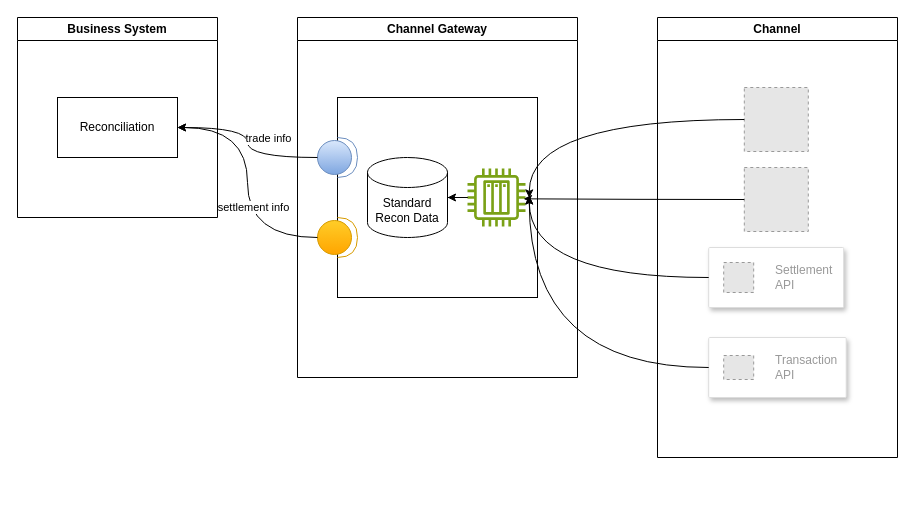
This is Reconciliation Solution In Channel.drawio from catface996/images, a draw.io file, before an edit. Source tidied: cells renumbered, new cells numbered last; positions are measured from the earlier drawing's top-left corner, leaving out a move shared by most shapes. Both pictures are drawn from the tidied source at 100%, with x=0, y=0 at pixel (17, 17). Pictures stored in the file or linked from it are replaced by grey dashed boxes.
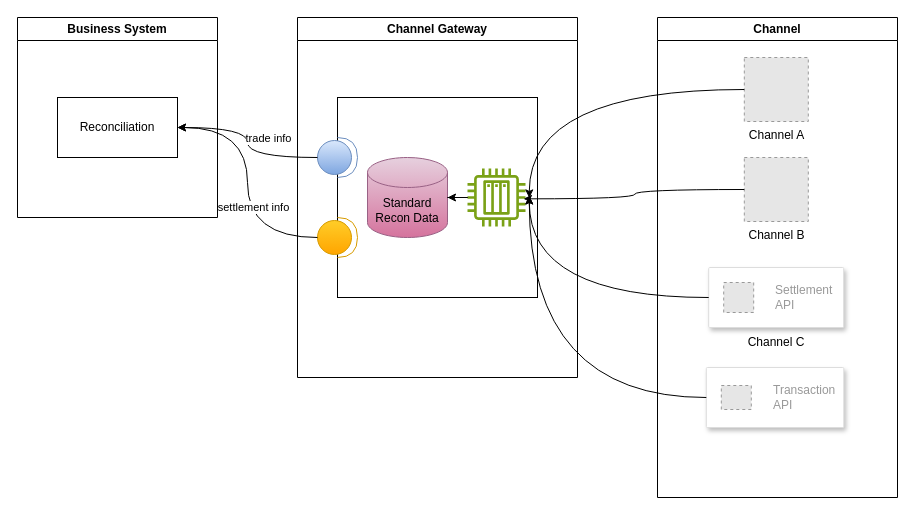
The same diagram, later.

The change refers to these unchanged cells:
```xml
<mxCell id="9" value="Channel Gateway" style="swimlane;whiteSpace=wrap;html=1;" parent="1" vertex="1">
  <mxGeometry x="280" width="280" height="360" as="geometry" />
</mxCell>
```

Diff of the diagram source:
```diff
@@
     <mxCell id="2" value="Channel" style="swimlane;whiteSpace=wrap;html=1;" parent="1" vertex="1">
-      <mxGeometry x="640" width="240" height="440" as="geometry" />
+      <mxGeometry x="640" width="240" height="480" as="geometry" />
     </mxCell>
-    <mxCell id="3" style="fillColor=#E6E6E6;strokeColor=#999999;dashed=1;html=1;verticalAlign=top;verticalLabelPosition=bottom;labelBackgroundColor=#ffffff;" parent="2" vertex="1">
-      <mxGeometry x="86.8" y="70" width="64" height="64" as="geometry" />
+    <mxCell id="3" value="Channel A" style="fillColor=#E6E6E6;strokeColor=#999999;dashed=1;html=1;verticalAlign=top;verticalLabelPosition=bottom;labelBackgroundColor=#ffffff;" parent="2" vertex="1">
+      <mxGeometry x="86.8" y="40" width="64" height="64" as="geometry" />
     </mxCell>
-    <mxCell id="4" style="fillColor=#E6E6E6;strokeColor=#999999;dashed=1;html=1;verticalAlign=top;verticalLabelPosition=bottom;labelBackgroundColor=#ffffff;" parent="2" vertex="1">
-      <mxGeometry x="86.8" y="150" width="64" height="64" as="geometry" />
+    <mxCell id="4" value="Channel B" style="fillColor=#E6E6E6;strokeColor=#999999;dashed=1;html=1;verticalAlign=top;verticalLabelPosition=bottom;labelBackgroundColor=#ffffff;" parent="2" vertex="1">
+      <mxGeometry x="86.8" y="140" width="64" height="64" as="geometry" />
     </mxCell>
     <mxCell id="5" style="strokeColor=#dddddd;shadow=1;strokeWidth=1;rounded=1;absoluteArcSize=1;arcSize=2;" parent="2" vertex="1">
-      <mxGeometry x="51.2" y="230" width="135" height="60" as="geometry" />
+      <mxGeometry x="51.2" y="250" width="135" height="60" as="geometry" />
     </mxCell>
@@
     <mxCell id="7" style="strokeColor=#dddddd;shadow=1;strokeWidth=1;rounded=1;absoluteArcSize=1;arcSize=2;" parent="2" vertex="1">
-      <mxGeometry x="51.2" y="320" width="137.5" height="60" as="geometry" />
+      <mxGeometry x="48.8" y="350" width="137.5" height="60" as="geometry" />
     </mxCell>
@@
+    <mxCell id="26" value="Channel C" style="text;html=1;strokeColor=none;fillColor=none;align=center;verticalAlign=middle;whiteSpace=wrap;rounded=0;" parent="2" vertex="1">
+      <mxGeometry x="88.8" y="310" width="60" height="30" as="geometry" />
+    </mxCell>
@@
-    <mxCell id="13" value="Standard Recon Data" style="shape=cylinder3;whiteSpace=wrap;html=1;boundedLbl=1;backgroundOutline=1;size=15;" parent="9" vertex="1">
+    <mxCell id="13" value="Standard Recon Data" style="shape=cylinder3;whiteSpace=wrap;html=1;boundedLbl=1;backgroundOutline=1;size=15;fillColor=#e6d0de;gradientColor=#d5739d;strokeColor=#996185;" parent="9" vertex="1">
       <mxGeometry x="70" y="140" width="80" height="80" as="geometry" />
     </mxCell>
```
